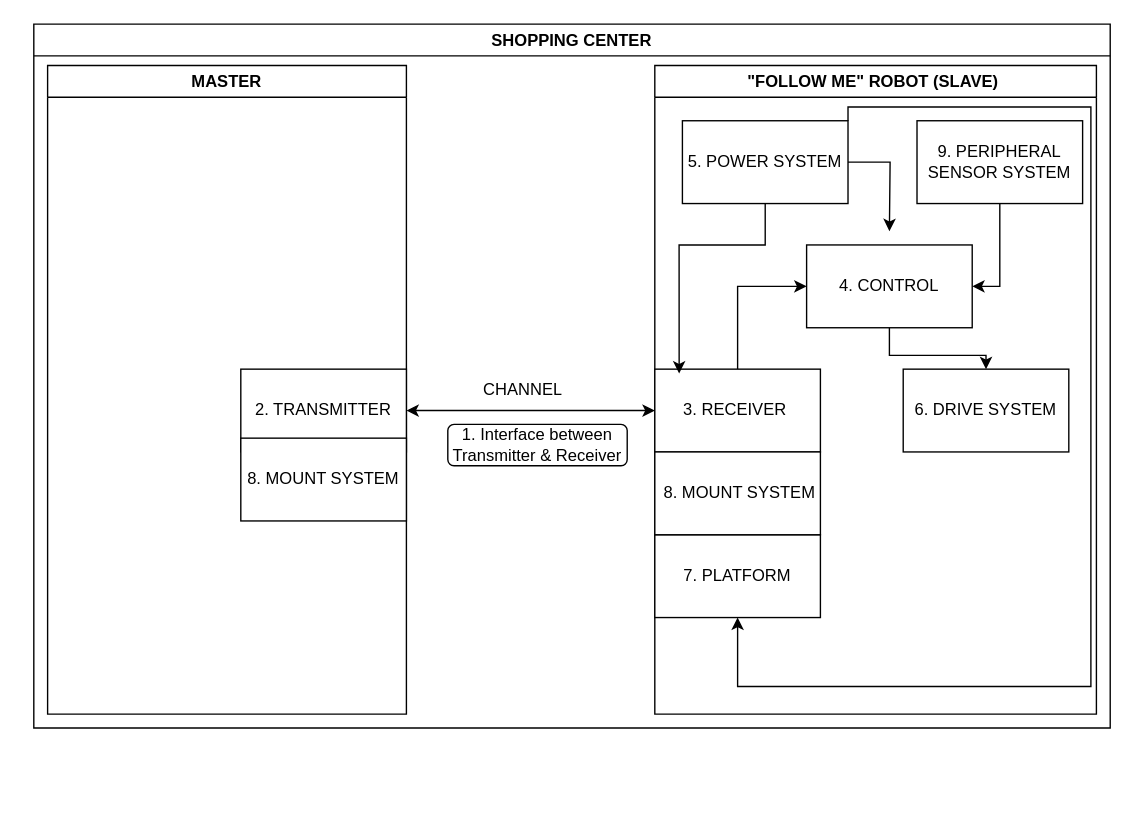
This is diagrams/blockdiagramdesign.drawio from BowieJames/FollowMe, a draw.io file, before an edit. Source tidied: cells renumbered, new cells numbered last; positions are measured from the earlier drawing's top-left corner, leaving out a move shared by most shapes. Both pictures are drawn from the tidied source at 138%, with x=0, y=0 at pixel (33, 23).
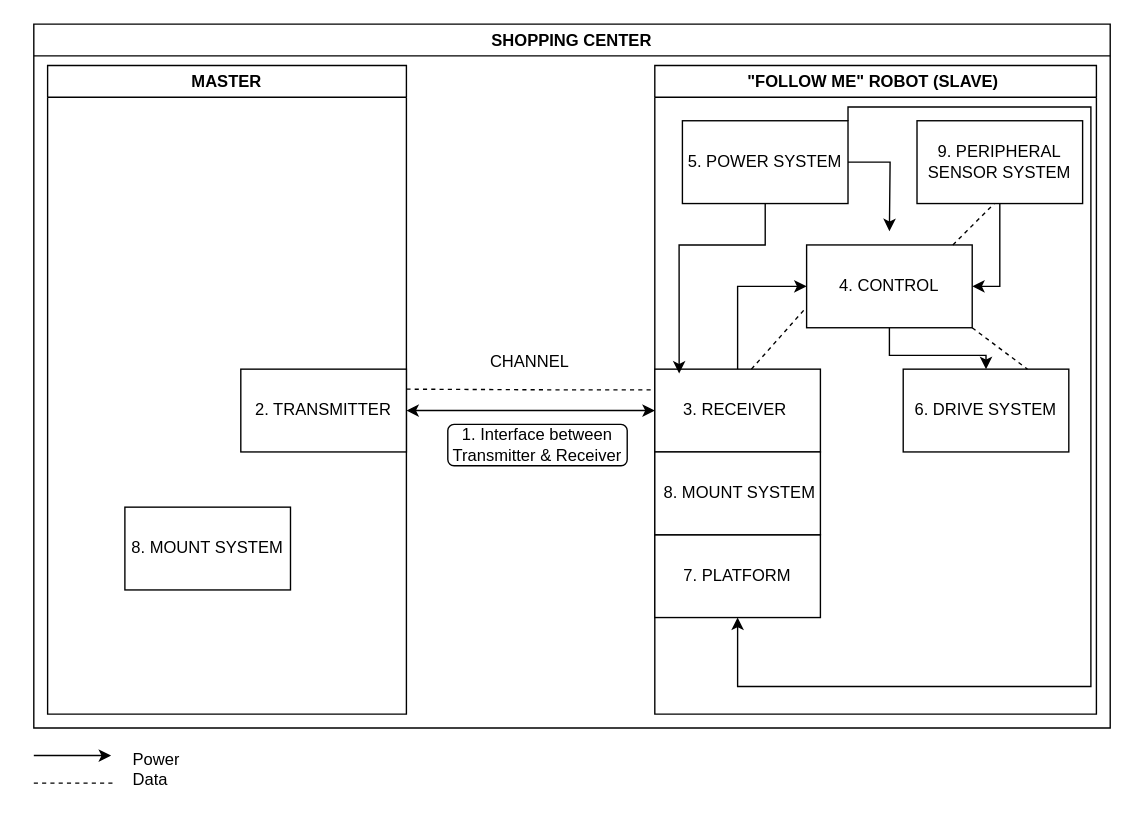
The same page after the edit.

The change refers to these unchanged cells:
```xml
<mxCell id="2" value="SHOPPING CENTER" style="swimlane;whiteSpace=wrap;html=1;" parent="1" vertex="1">
  <mxGeometry width="780" height="510" as="geometry" />
</mxCell>
<mxCell id="3" value="MASTER" style="swimlane;whiteSpace=wrap;html=1;startSize=23;" parent="2" vertex="1">
  <mxGeometry x="10" y="30" width="260" height="470" as="geometry" />
</mxCell>
<mxCell id="6" value="&quot;FOLLOW ME&quot; ROBOT (SLAVE)&amp;nbsp;" style="swimlane;whiteSpace=wrap;html=1;" parent="2" vertex="1">
  <mxGeometry x="450" y="30" width="320" height="470" as="geometry" />
</mxCell>
<mxCell id="8" value="3. RECEIVER&amp;nbsp;" style="rounded=0;whiteSpace=wrap;html=1;" parent="6" vertex="1">
  <mxGeometry y="220" width="120" height="60" as="geometry" />
</mxCell>
<mxCell id="10" value="4. CONTROL" style="rounded=0;whiteSpace=wrap;html=1;" parent="6" vertex="1">
  <mxGeometry x="110" y="130" width="120" height="60" as="geometry" />
</mxCell>
<mxCell id="17" value="6. DRIVE SYSTEM" style="rounded=0;whiteSpace=wrap;html=1;" parent="6" vertex="1">
  <mxGeometry x="180" y="220" width="120" height="60" as="geometry" />
</mxCell>
```

The edit, as a diff of the source:
```diff
@@
     <mxCell id="5" value="8. MOUNT SYSTEM" style="rounded=0;whiteSpace=wrap;html=1;" parent="3" vertex="1">
-      <mxGeometry x="140" y="270" width="120" height="60" as="geometry" />
+      <mxGeometry x="56" y="320" width="120" height="60" as="geometry" />
     </mxCell>
@@
+    <mxCell id="23" style="endArrow=none;dashed=1;html=1;rounded=0;entryX=0;entryY=0.75;entryDx=0;entryDy=0;" parent="6" edge="1" target="10">
+      <mxGeometry relative="1" as="geometry">
+        <mxPoint x="70" y="220" as="sourcePoint" />
+      </mxGeometry>
+    </mxCell>
+    <mxCell id="24" style="endArrow=none;dashed=1;html=1;rounded=0;" parent="6" edge="1">
+      <mxGeometry relative="1" as="geometry">
+        <mxPoint x="216" y="130" as="sourcePoint" />
+        <mxPoint x="246" y="100" as="targetPoint" />
+      </mxGeometry>
+    </mxCell>
+    <mxCell id="25" style="endArrow=none;dashed=1;html=1;rounded=0;entryX=0.75;entryY=0;entryDx=0;entryDy=0;" parent="6" edge="1" target="17">
+      <mxGeometry relative="1" as="geometry">
+        <mxPoint x="230" y="190" as="sourcePoint" />
+      </mxGeometry>
+    </mxCell>
     <mxCell id="20" value="CHANNEL" style="text;strokeColor=none;fillColor=none;align=left;verticalAlign=middle;spacingLeft=4;spacingRight=4;overflow=hidden;whiteSpace=wrap;html=1;" parent="2" vertex="1">
-      <mxGeometry x="320" y="250" width="80" height="30" as="geometry" />
+      <mxGeometry x="325" y="230" width="80" height="30" as="geometry" />
     </mxCell>
@@
+    <mxCell id="26" style="endArrow=none;dashed=1;html=1;rounded=0;entryX=0;entryY=0.25;entryDx=0;entryDy=0;" parent="2" edge="1" target="8">
+      <mxGeometry relative="1" as="geometry">
+        <mxPoint x="270" y="264.5" as="sourcePoint" />
+        <Array as="points">
+          <mxPoint x="376" y="265" />
+        </Array>
+      </mxGeometry>
+    </mxCell>
+    <mxCell id="27" style="endArrow=classic;html=1;rounded=0;" parent="1" edge="1">
+      <mxGeometry relative="1" as="geometry">
+        <mxPoint y="530" as="sourcePoint" />
+        <mxPoint x="56" y="530" as="targetPoint" />
+      </mxGeometry>
+    </mxCell>
+    <mxCell id="28" style="endArrow=none;dashed=1;html=1;rounded=0;" parent="1" edge="1">
+      <mxGeometry relative="1" as="geometry">
+        <mxPoint y="550" as="sourcePoint" />
+        <mxPoint x="60" y="550" as="targetPoint" />
+      </mxGeometry>
+    </mxCell>
+    <mxCell id="29" value="Power&lt;div&gt;&lt;div&gt;&lt;span style=&quot;background-color: transparent; color: light-dark(rgb(0, 0, 0), rgb(255, 255, 255));&quot;&gt;Data&lt;/span&gt;&lt;/div&gt;&lt;/div&gt;" style="text;strokeColor=none;fillColor=none;align=left;verticalAlign=middle;spacingLeft=4;spacingRight=4;overflow=hidden;whiteSpace=wrap;html=1;" parent="1" vertex="1">
+      <mxGeometry x="66" y="520" width="60" height="40" as="geometry" />
+    </mxCell>
```
